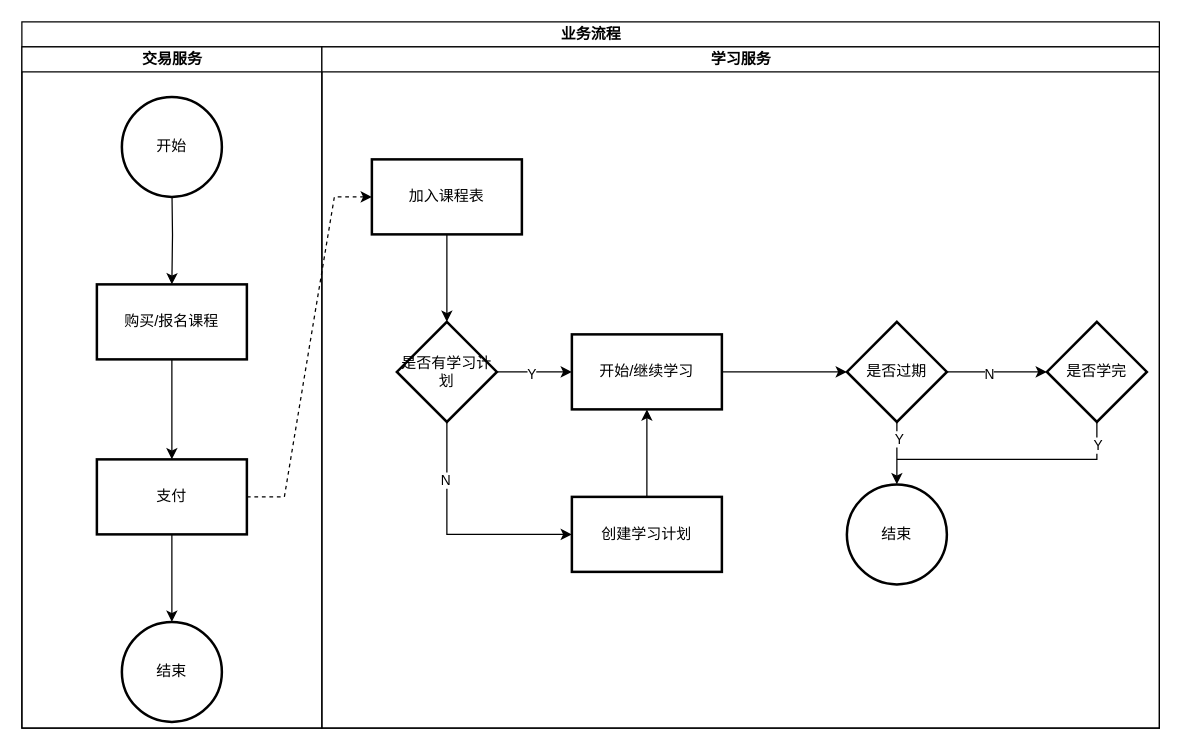
Earlier version of the draw.io diagram com/yxq/draw/tianji/课程服务流程.drawio (930409641/draw.io). Source tidied: cells renumbered, new cells numbered last; positions are measured from the earlier drawing's top-left corner, leaving out a move shared by most shapes. Both pictures are drawn from the tidied source at 125%, with x=0, y=0 at pixel (21, 21).
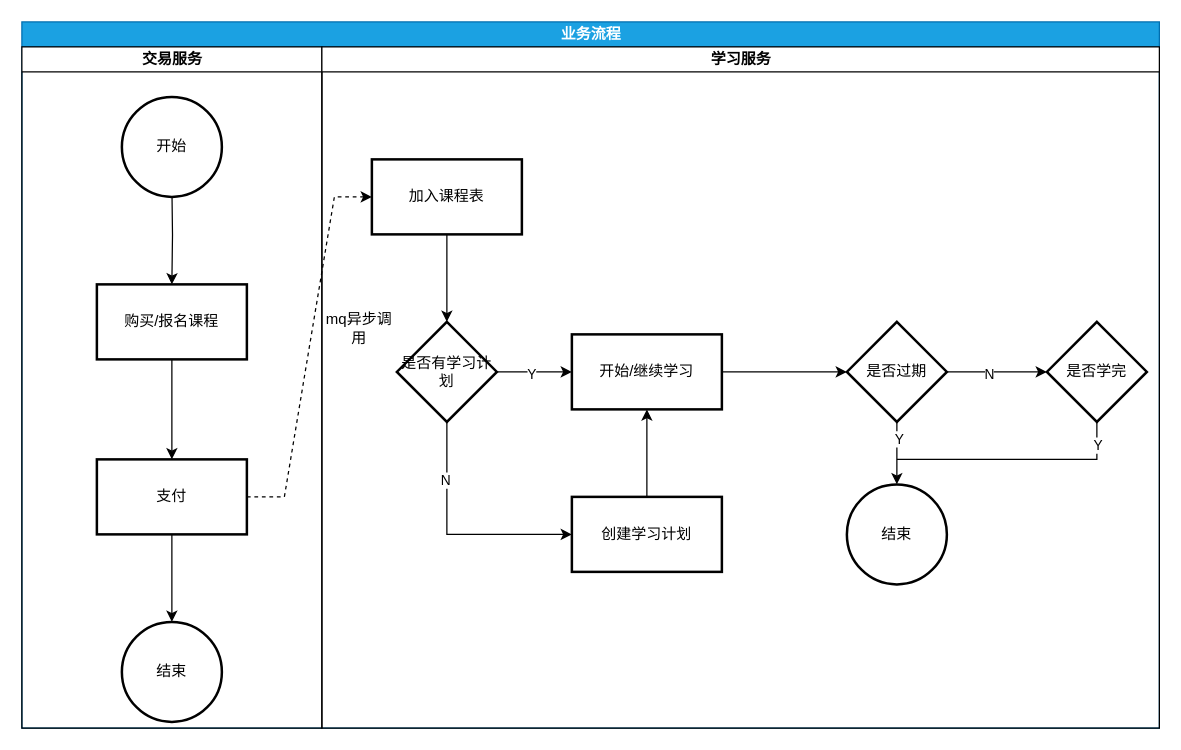
After the change.

The change refers to these unchanged cells:
```xml
<mxCell id="11" value="学习服务" style="swimlane;startSize=20;html=1;" parent="2" vertex="1">
  <mxGeometry x="240" y="20" width="670" height="545" as="geometry" />
</mxCell>
```

The edit, as a diff of the source:
```diff
@@
-    <mxCell id="2" value="业务流程" style="swimlane;startSize=20;html=1;" parent="1" vertex="1">
+    <mxCell id="2" value="业务流程" style="swimlane;startSize=20;html=1;fillStyle=auto;fillColor=#1ba1e2;fontColor=#ffffff;strokeColor=#006EAF;" parent="1" vertex="1">
       <mxGeometry width="910" height="565" as="geometry" />
     </mxCell>
@@
+    <mxCell id="33" value="mq异步调用" style="text;html=1;strokeColor=none;fillColor=none;align=center;verticalAlign=middle;whiteSpace=wrap;rounded=0;" parent="11" vertex="1">
+      <mxGeometry y="210" width="60" height="30" as="geometry" />
+    </mxCell>
```
